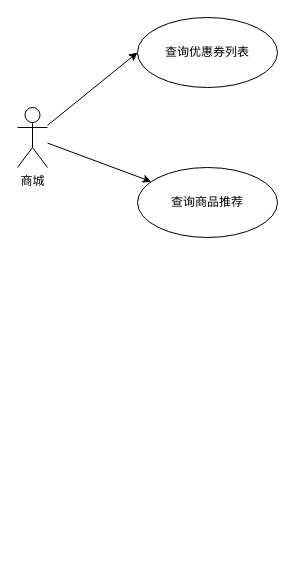
The draw.io diagram 迭代/商城优惠券列表支持跳转/用例.drawio in gjie1991/draw, before the edit. Source tidied: cells renumbered, new cells numbered last; positions are measured from the earlier drawing's top-left corner, leaving out a move shared by most shapes. Both pictures are drawn from the tidied source at 100%, with x=0, y=0 at pixel (17, 17).
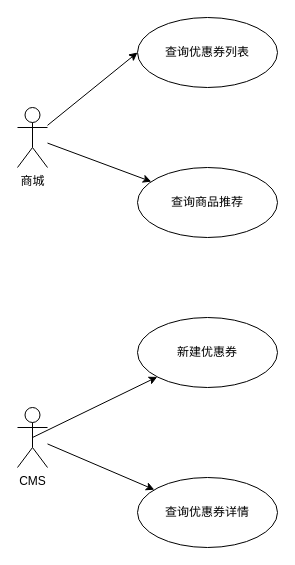
The same diagram, later.

Change to the diagram source:
```diff
@@
 <mxGraphModel>
   <root>
     <mxCell id="0" />
     <mxCell id="1" parent="0" />
     <mxCell id="2" style="rounded=0;jettySize=auto;html=1;entryX=0;entryY=0.5;entryDx=0;entryDy=0;" parent="1" edge="1" source="4" target="5">
       <mxGeometry relative="1" as="geometry" />
     </mxCell>
     <mxCell id="3" style="rounded=0;jettySize=auto;html=1;" parent="1" edge="1" source="4" target="6">
       <mxGeometry relative="1" as="geometry" />
     </mxCell>
     <mxCell id="4" value="商城" style="shape=umlActor;verticalLabelPosition=bottom;verticalAlign=top;html=1;" parent="1" vertex="1">
       <mxGeometry y="90" width="30" height="60" as="geometry" />
     </mxCell>
     <mxCell id="5" value="查询优惠券列表" style="ellipse;whiteSpace=wrap;html=1;" parent="1" vertex="1">
       <mxGeometry x="120" width="140" height="70" as="geometry" />
     </mxCell>
     <mxCell id="6" value="查询商品推荐" style="ellipse;whiteSpace=wrap;html=1;" parent="1" vertex="1">
       <mxGeometry x="120" y="150" width="140" height="70" as="geometry" />
     </mxCell>
+    <mxCell id="7" style="rounded=0;jettySize=auto;html=1;exitX=0.5;exitY=0.5;exitDx=0;exitDy=0;exitPerimeter=0;" parent="1" edge="1" source="9" target="10">
+      <mxGeometry relative="1" as="geometry" />
+    </mxCell>
+    <mxCell id="8" style="rounded=0;jettySize=auto;html=1;" parent="1" edge="1" source="9" target="11">
+      <mxGeometry relative="1" as="geometry" />
+    </mxCell>
+    <mxCell id="9" value="CMS" style="shape=umlActor;verticalLabelPosition=bottom;verticalAlign=top;html=1;" parent="1" vertex="1">
+      <mxGeometry y="390" width="30" height="60" as="geometry" />
+    </mxCell>
+    <mxCell id="10" value="新建优惠券" style="ellipse;whiteSpace=wrap;html=1;" parent="1" vertex="1">
+      <mxGeometry x="120" y="300" width="140" height="70" as="geometry" />
+    </mxCell>
+    <mxCell id="11" value="查询优惠券详情" style="ellipse;whiteSpace=wrap;html=1;" parent="1" vertex="1">
+      <mxGeometry x="120" y="460" width="140" height="70" as="geometry" />
+    </mxCell>
   </root>
 </mxGraphModel>
```
